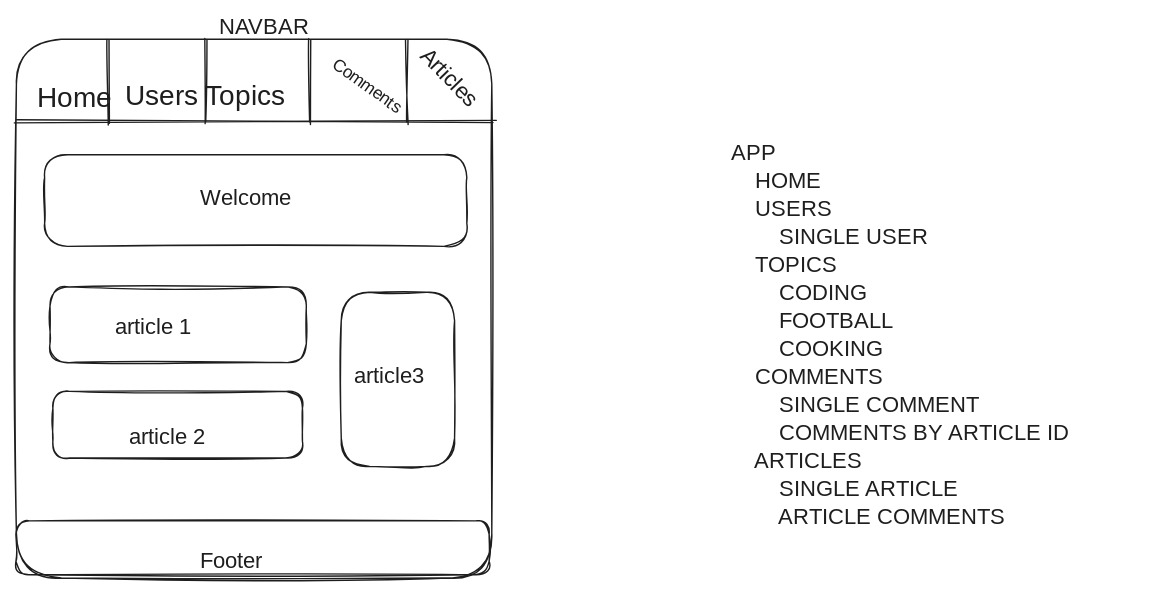
Earlier version of the Excalidraw export .excalidraw.svg (yusufhalilyusuf/fe-nc-news). Source tidied: one line per element, renumbered; positions are measured from the earlier drawing's top-left corner, leaving out a move shared by most shapes. Its diagram source:
```json
{"id": 0, "type": "rectangle", "strokeColor": "#1e1e1e", "strokeWidth": 1, "roughness": 1, "round": true, "x": 0, "y": 18, "width": 340, "height": 385}
{"id": 1, "type": "line", "strokeColor": "#1e1e1e", "strokeWidth": 1, "roughness": 1, "round": true, "x": 0, "y": 76, "width": 341, "height": 0, "points": [[0, 0], [341, 0]]}
{"id": 2, "type": "line", "strokeColor": "#1e1e1e", "strokeWidth": 1, "roughness": 1, "round": true, "x": 67, "y": 18, "width": 0, "height": 61, "points": [[0, 0], [0, 61]]}
{"id": 3, "type": "line", "strokeColor": "#1e1e1e", "strokeWidth": 1, "roughness": 1, "round": true, "x": 137, "y": 18, "width": 2, "height": 59, "points": [[0, 0], [-2, 59]]}
{"id": 4, "type": "line", "strokeColor": "#1e1e1e", "strokeWidth": 1, "roughness": 1, "round": true, "x": 211, "y": 19, "width": 1, "height": 60, "points": [[0, 0], [-1, 60]]}
{"id": 5, "type": "line", "strokeColor": "#1e1e1e", "strokeWidth": 1, "roughness": 1, "round": true, "x": 279, "y": 18, "width": 1, "height": 61, "points": [[0, 0], [1, 61]]}
{"id": 6, "type": "text", "text": "Home", "strokeColor": "#1e1e1e", "strokeWidth": 1, "roughness": 1, "fontSize": 20, "fontFamily": 1, "x": 15, "y": 48, "width": 46, "height": 25}
{"id": 7, "type": "text", "text": "Users Topics", "strokeColor": "#1e1e1e", "strokeWidth": 1, "roughness": 1, "fontSize": 20, "fontFamily": 1, "x": 78, "y": 47, "width": 128, "height": 25}
{"id": 8, "type": "text", "text": "Comments", "strokeColor": "#1e1e1e", "angle": 0.61, "strokeWidth": 1, "roughness": 1, "fontSize": 12.37, "fontFamily": 1, "x": 222, "y": 43, "width": 57, "height": 15}
{"id": 9, "type": "text", "text": "Articles", "strokeColor": "#1e1e1e", "angle": 0.8, "strokeWidth": 1, "roughness": 1, "fontSize": 16, "fontFamily": 1, "x": 282, "y": 39, "width": 60, "height": 20}
{"id": 10, "type": "rectangle", "strokeColor": "#1e1e1e", "strokeWidth": 1, "roughness": 1, "round": true, "x": 21, "y": 101, "width": 302, "height": 65}
{"id": 11, "type": "text", "text": "Welcome", "strokeColor": "#1e1e1e", "strokeWidth": 1, "roughness": 1, "fontSize": 16, "fontFamily": 1, "x": 132, "y": 122, "width": 61, "height": 20}
{"id": 12, "type": "rectangle", "strokeColor": "#1e1e1e", "strokeWidth": 1, "roughness": 1, "round": true, "x": 24, "y": 195, "width": 183, "height": 54}
{"id": 13, "type": "rectangle", "strokeColor": "#1e1e1e", "strokeWidth": 1, "roughness": 1, "round": true, "x": 26, "y": 270, "width": 178, "height": 48}
{"id": 14, "type": "rectangle", "strokeColor": "#1e1e1e", "strokeWidth": 1, "roughness": 1, "round": true, "x": 232, "y": 199, "width": 81, "height": 124}
{"id": 15, "type": "rectangle", "strokeColor": "#1e1e1e", "strokeWidth": 1, "roughness": 1, "round": true, "x": 0, "y": 362, "width": 338, "height": 39}
{"id": 16, "type": "text", "text": "Footer", "strokeColor": "#1e1e1e", "strokeWidth": 1, "roughness": 1, "fontSize": 16, "fontFamily": 1, "x": 132, "y": 381, "width": 52, "height": 20}
{"id": 17, "type": "text", "text": "article 1", "strokeColor": "#1e1e1e", "strokeWidth": 1, "roughness": 1, "fontSize": 16, "fontFamily": 1, "x": 71, "y": 214, "width": 63, "height": 20}
{"id": 18, "type": "text", "text": "article 2", "strokeColor": "#1e1e1e", "strokeWidth": 1, "roughness": 1, "fontSize": 16, "fontFamily": 1, "x": 81, "y": 293, "width": 70, "height": 20}
{"id": 19, "type": "text", "text": "article3", "strokeColor": "#1e1e1e", "strokeWidth": 1, "roughness": 1, "fontSize": 16, "fontFamily": 1, "x": 242, "y": 250, "width": 62, "height": 20}
{"id": 20, "type": "text", "text": "APP\n    HOME\n    USERS\n        SINGLE USER\n    TOPICS\n        CODING\n        FOOTBALL\n        COOKING\n    COMMENTS\n        SINGLE COMMENT\n        COMMENTS BY ARTICLE ID\n    ARTICLES\n        SINGLE ARTICLE\n        ARTICLE COMMENTS", "strokeColor": "#1e1e1e", "strokeWidth": 1, "roughness": 1, "fontSize": 16, "fontFamily": 1, "x": 511, "y": 90, "width": 293, "height": 280}
{"id": 21, "type": "text", "text": "NAVBAR", "strokeColor": "#1e1e1e", "strokeWidth": 1, "roughness": 1, "fontSize": 16, "fontFamily": 1, "x": 145, "y": 0, "width": 62, "height": 20}
```
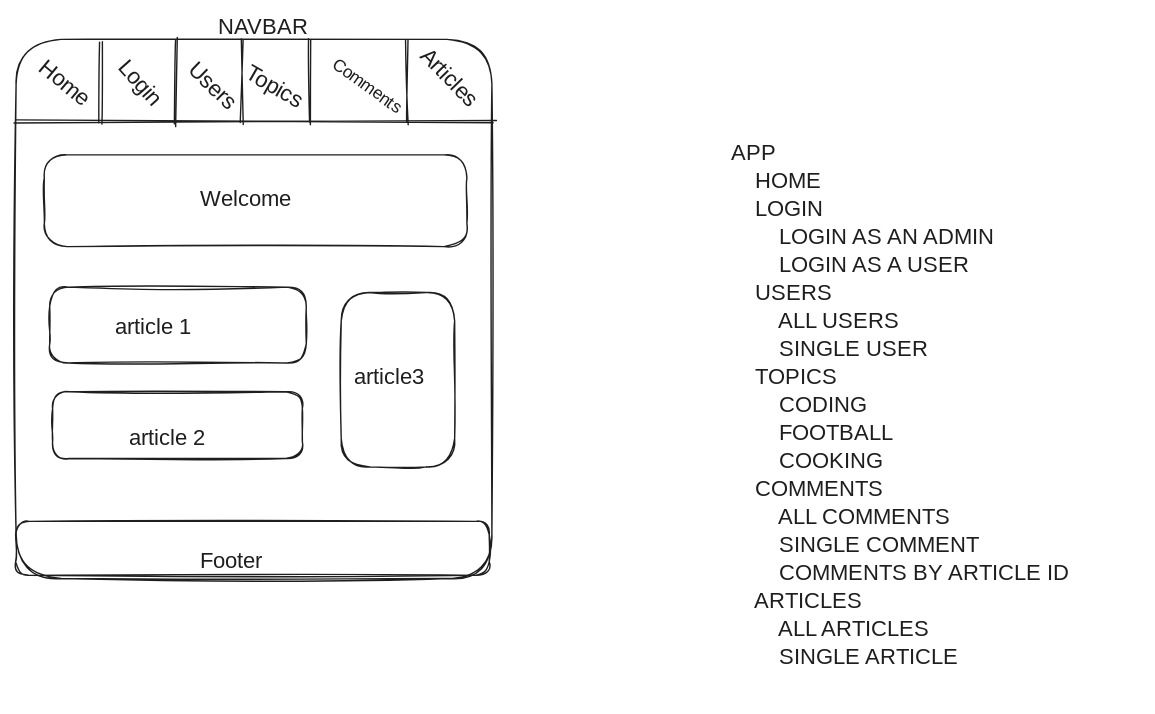
Above is the later version.

Diff of the diagram source:
```diff
@@ -1,11 +1,9 @@
 {"id": 0, "type": "rectangle", "strokeColor": "#1e1e1e", "strokeWidth": 1, "roughness": 1, "round": true, "x": 0, "y": 18, "width": 340, "height": 385}
 {"id": 1, "type": "line", "strokeColor": "#1e1e1e", "strokeWidth": 1, "roughness": 1, "round": true, "x": 0, "y": 76, "width": 341, "height": 0, "points": [[0, 0], [341, 0]]}
-{"id": 2, "type": "line", "strokeColor": "#1e1e1e", "strokeWidth": 1, "roughness": 1, "round": true, "x": 67, "y": 18, "width": 0, "height": 61, "points": [[0, 0], [0, 61]]}
-{"id": 3, "type": "line", "strokeColor": "#1e1e1e", "strokeWidth": 1, "roughness": 1, "round": true, "x": 137, "y": 18, "width": 2, "height": 59, "points": [[0, 0], [-2, 59]]}
 {"id": 4, "type": "line", "strokeColor": "#1e1e1e", "strokeWidth": 1, "roughness": 1, "round": true, "x": 211, "y": 19, "width": 1, "height": 60, "points": [[0, 0], [-1, 60]]}
 {"id": 5, "type": "line", "strokeColor": "#1e1e1e", "strokeWidth": 1, "roughness": 1, "round": true, "x": 279, "y": 18, "width": 1, "height": 61, "points": [[0, 0], [1, 61]]}
-{"id": 6, "type": "text", "text": "Home", "strokeColor": "#1e1e1e", "strokeWidth": 1, "roughness": 1, "fontSize": 20, "fontFamily": 1, "x": 15, "y": 48, "width": 46, "height": 25}
+{"id": 6, "type": "text", "text": "Home", "strokeColor": "#1e1e1e", "angle": 0.69, "strokeWidth": 1, "roughness": 1, "fontSize": 16, "fontFamily": 1, "x": 14, "y": 38, "width": 37, "height": 20}
-{"id": 7, "type": "text", "text": "Users Topics", "strokeColor": "#1e1e1e", "strokeWidth": 1, "roughness": 1, "fontSize": 20, "fontFamily": 1, "x": 78, "y": 47, "width": 128, "height": 25}
+{"id": 7, "type": "text", "text": "Users", "strokeColor": "#1e1e1e", "angle": 0.77, "strokeWidth": 1, "roughness": 1, "fontSize": 16, "fontFamily": 1, "x": 119, "y": 43, "width": 44, "height": 20}
 {"id": 8, "type": "text", "text": "Comments", "strokeColor": "#1e1e1e", "angle": 0.61, "strokeWidth": 1, "roughness": 1, "fontSize": 12.37, "fontFamily": 1, "x": 222, "y": 43, "width": 57, "height": 15}
 {"id": 9, "type": "text", "text": "Articles", "strokeColor": "#1e1e1e", "angle": 0.8, "strokeWidth": 1, "roughness": 1, "fontSize": 16, "fontFamily": 1, "x": 282, "y": 39, "width": 60, "height": 20}
 {"id": 10, "type": "rectangle", "strokeColor": "#1e1e1e", "strokeWidth": 1, "roughness": 1, "round": true, "x": 21, "y": 101, "width": 302, "height": 65}
@@ -18,5 +16,10 @@
 {"id": 17, "type": "text", "text": "article 1", "strokeColor": "#1e1e1e", "strokeWidth": 1, "roughness": 1, "fontSize": 16, "fontFamily": 1, "x": 71, "y": 214, "width": 63, "height": 20}
 {"id": 18, "type": "text", "text": "article 2", "strokeColor": "#1e1e1e", "strokeWidth": 1, "roughness": 1, "fontSize": 16, "fontFamily": 1, "x": 81, "y": 293, "width": 70, "height": 20}
 {"id": 19, "type": "text", "text": "article3", "strokeColor": "#1e1e1e", "strokeWidth": 1, "roughness": 1, "fontSize": 16, "fontFamily": 1, "x": 242, "y": 250, "width": 62, "height": 20}
-{"id": 20, "type": "text", "text": "APP\n    HOME\n    USERS\n        SINGLE USER\n    TOPICS\n        CODING\n        FOOTBALL\n        COOKING\n    COMMENTS\n        SINGLE COMMENT\n        COMMENTS BY ARTICLE ID\n    ARTICLES\n        SINGLE ARTICLE\n        ARTICLE COMMENTS", "strokeColor": "#1e1e1e", "strokeWidth": 1, "roughness": 1, "fontSize": 16, "fontFamily": 1, "x": 511, "y": 90, "width": 293, "height": 280}
+{"id": 20, "type": "text", "text": "APP\n    HOME\n    LOGIN\n        LOGIN AS AN ADMIN\n        LOGIN AS A USER\n    USERS\n        ALL USERS\n        SINGLE USER\n    TOPICS\n        CODING\n        FOOTBALL\n        COOKING\n    COMMENTS\n        ALL COMMENTS\n        SINGLE COMMENT\n        COMMENTS BY ARTICLE ID\n    ARTICLES\n        ALL ARTICLES\n        SINGLE ARTICLE\n        ", "strokeColor": "#1e1e1e", "strokeWidth": 1, "roughness": 1, "fontSize": 16, "fontFamily": 1, "x": 511, "y": 90, "width": 293, "height": 400}
 {"id": 21, "type": "text", "text": "NAVBAR", "strokeColor": "#1e1e1e", "strokeWidth": 1, "roughness": 1, "fontSize": 16, "fontFamily": 1, "x": 145, "y": 0, "width": 62, "height": 20}
+{"id": 22, "type": "text", "text": "Topics", "strokeColor": "#1e1e1e", "angle": 0.52, "strokeWidth": 1, "roughness": 1, "fontSize": 16, "fontFamily": 1, "x": 162, "y": 44, "width": 50, "height": 20}
+{"id": 23, "type": "line", "strokeColor": "#1e1e1e", "strokeWidth": 1, "roughness": 1, "round": true, "x": 162, "y": 18, "width": 1, "height": 60, "points": [[0, 0], [-1, 60]]}
+{"id": 24, "type": "line", "strokeColor": "#1e1e1e", "strokeWidth": 1, "roughness": 1, "round": true, "x": 115, "y": 17, "width": 1, "height": 63, "points": [[0, 0], [-1, 63]]}
+{"id": 25, "type": "line", "strokeColor": "#1e1e1e", "strokeWidth": 1, "roughness": 1, "round": true, "x": 60, "y": 19, "width": 0, "height": 60, "points": [[0, 0], [0, 60]]}
+{"id": 26, "type": "text", "text": "Login", "strokeColor": "#1e1e1e", "angle": 0.84, "strokeWidth": 1, "roughness": 1, "fontSize": 16, "fontFamily": 1, "x": 69, "y": 39, "width": 37, "height": 20}
```
